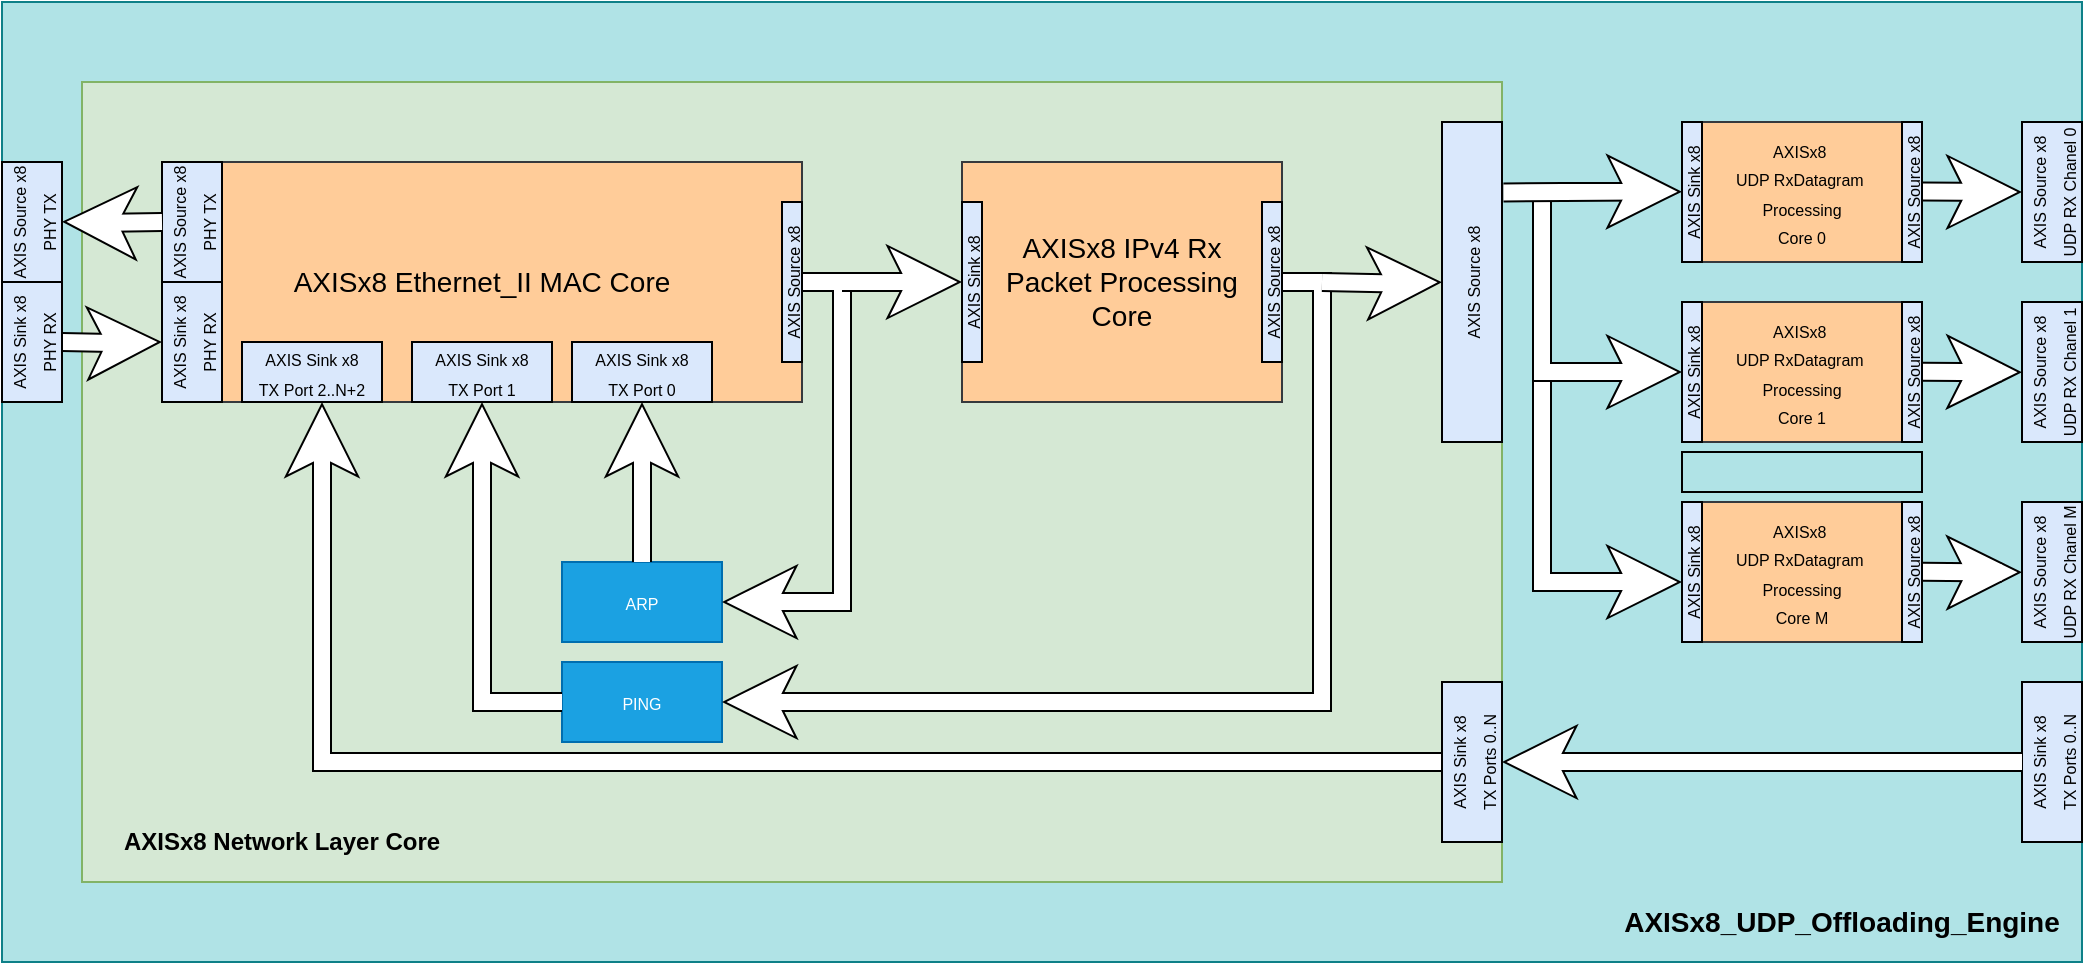
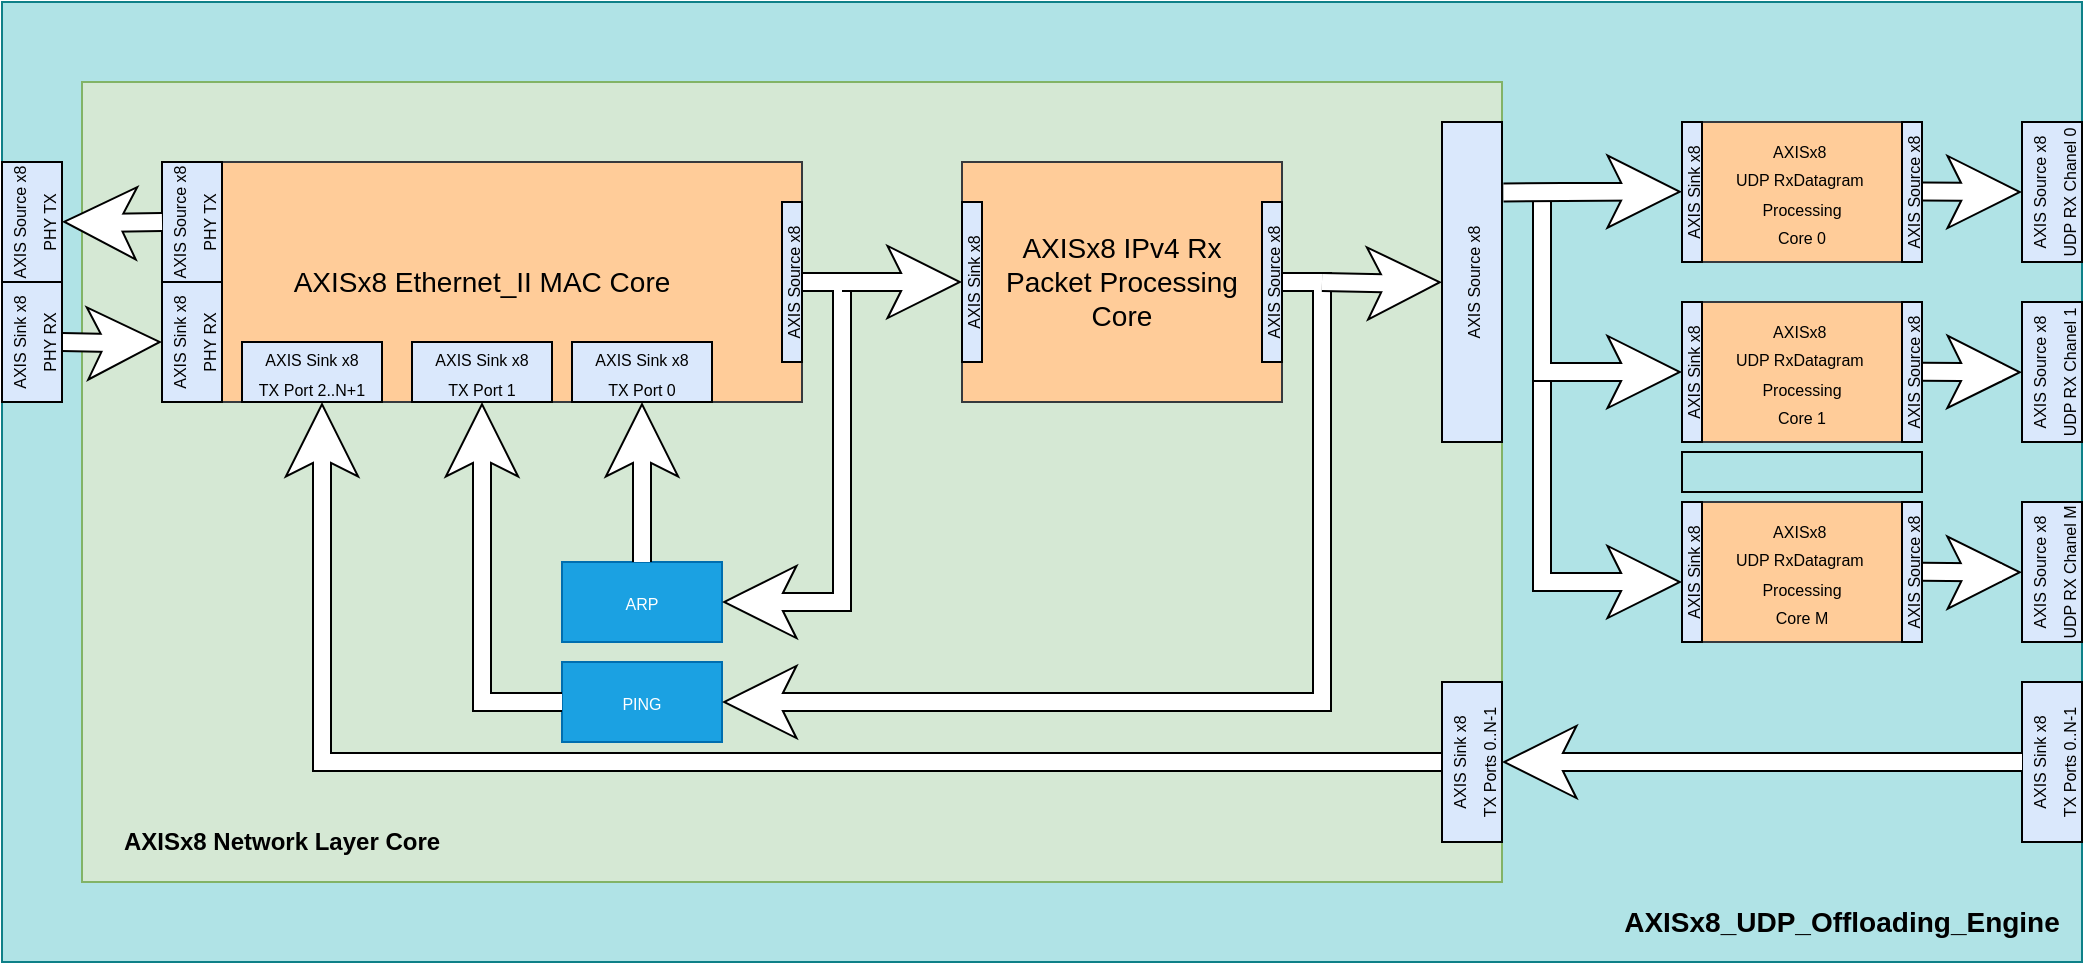
<mxfile host="Electron" agent="Mozilla/5.0 (Windows NT 10.0; Win64; x64) AppleWebKit/537.36 (KHTML, like Gecko) Chrome/147.0.0.0 Safari/537.36 OPR/131.0.0.0">
  <diagram name="Page-1" id="g0-s9DwC3oRhXUgsUFM5">
-     <mxGraphModel dx="1741" dy="1501" grid="1" gridSize="10" guides="1" tooltips="1" connect="1" arrows="1" fold="1" page="1" pageScale="1" pageWidth="827" pageHeight="1169" math="0" shadow="0">
+     <mxGraphModel dx="347" dy="686" grid="1" gridSize="10" guides="1" tooltips="1" connect="1" arrows="1" fold="1" page="1" pageScale="1" pageWidth="827" pageHeight="1169" math="0" shadow="0">
      <root>
        <mxCell id="0" />
        <mxCell id="1" parent="0" />
        <mxCell id="vellT3bcd4ufu_oz2iLE-1" parent="1" style="rounded=0;whiteSpace=wrap;html=1;fillColor=#b0e3e6;strokeColor=#0e8088;" value="" vertex="1">
          <mxGeometry height="480" width="1040" x="880" y="640" as="geometry" />
        </mxCell>
        <mxCell id="vellT3bcd4ufu_oz2iLE-2" parent="1" style="rounded=0;whiteSpace=wrap;html=1;fillColor=#ffcc99;strokeColor=#36393d;" value="&lt;div&gt;&lt;span style=&quot;font-size: 8px;&quot;&gt;AXISx8&amp;nbsp;&lt;/span&gt;&lt;/div&gt;&lt;div&gt;&lt;span style=&quot;font-size: 8px;&quot;&gt;UDP RxDatagram&amp;nbsp;&lt;/span&gt;&lt;/div&gt;&lt;div&gt;&lt;span style=&quot;font-size: 8px;&quot;&gt;Processing&lt;/span&gt;&lt;/div&gt;&lt;div&gt;&lt;span style=&quot;font-size: 8px;&quot;&gt;Core 0&lt;/span&gt;&lt;/div&gt;" vertex="1">
          <mxGeometry height="70" width="100" x="1730" y="700" as="geometry" />
        </mxCell>
        <mxCell id="vellT3bcd4ufu_oz2iLE-6" parent="1" style="rounded=0;whiteSpace=wrap;html=1;fillColor=#d5e8d4;strokeColor=#82b366;labelPosition=center;verticalLabelPosition=middle;align=center;verticalAlign=middle;" value="" vertex="1">
          <mxGeometry height="400" width="710" x="920" y="680" as="geometry" />
        </mxCell>
        <mxCell id="vellT3bcd4ufu_oz2iLE-7" parent="1" style="rounded=0;whiteSpace=wrap;html=1;fillColor=#ffcc99;strokeColor=#36393d;fontSize=14;" value="&lt;span&gt;AXISx8 Ethernet_II MAC Core&lt;/span&gt;" vertex="1">
          <mxGeometry height="120" width="320" x="960" y="720" as="geometry" />
        </mxCell>
        <mxCell id="vellT3bcd4ufu_oz2iLE-8" parent="1" style="rounded=0;whiteSpace=wrap;html=1;fillColor=#ffcc99;strokeColor=#36393d;fontSize=14;" value="AXISx8 &lt;span&gt;IPv4 Rx&lt;/span&gt;&lt;div&gt;&lt;span&gt;Packet Processing&lt;/span&gt;&lt;/div&gt;&lt;div&gt;&lt;span&gt;&amp;nbsp;Core&amp;nbsp;&lt;/span&gt;&lt;/div&gt;" vertex="1">
          <mxGeometry height="120" width="160" x="1360" y="720" as="geometry" />
        </mxCell>
        <mxCell id="vellT3bcd4ufu_oz2iLE-9" parent="1" style="rounded=0;whiteSpace=wrap;html=1;fillColor=#1ba1e2;strokeColor=#006EAF;rotation=0;fontColor=#ffffff;" value="&lt;span style=&quot;font-size: 8px;&quot;&gt;PING&lt;/span&gt;" vertex="1">
          <mxGeometry height="40" width="80" x="1160" y="970" as="geometry" />
        </mxCell>
        <mxCell id="vellT3bcd4ufu_oz2iLE-10" parent="1" style="rounded=0;whiteSpace=wrap;html=1;fillColor=#1ba1e2;strokeColor=#006EAF;rotation=0;fontColor=#ffffff;" value="&lt;span style=&quot;font-size: 8px;&quot;&gt;ARP&lt;/span&gt;" vertex="1">
          <mxGeometry height="40" width="80" x="1160" y="920" as="geometry" />
        </mxCell>
        <mxCell id="vellT3bcd4ufu_oz2iLE-28" edge="1" parent="1" style="shape=filledEdge;curved=0;rounded=0;fixDash=1;endArrow=none;strokeWidth=10;fillColor=#ffffff;edgeStyle=orthogonalEdgeStyle;html=1;startArrow=classic;startFill=1;" value="">
          <mxGeometry height="40" relative="1" width="60" as="geometry">
            <Array as="points">
              <mxPoint x="1300" y="940" />
              <mxPoint x="1300" y="780" />
            </Array>
            <mxPoint x="1240" y="940" as="sourcePoint" />
            <mxPoint x="1280" y="780" as="targetPoint" />
          </mxGeometry>
        </mxCell>
        <mxCell id="vellT3bcd4ufu_oz2iLE-30" edge="1" parent="1" style="shape=filledEdge;curved=0;rounded=0;fixDash=1;endArrow=none;strokeWidth=10;fillColor=#ffffff;edgeStyle=orthogonalEdgeStyle;html=1;startArrow=classic;startFill=1;" value="">
          <mxGeometry height="40" relative="1" width="60" as="geometry">
            <Array as="points">
              <mxPoint x="1340" y="780" />
              <mxPoint x="1340" y="780" />
            </Array>
            <mxPoint x="1360" y="780" as="sourcePoint" />
            <mxPoint x="1300" y="780" as="targetPoint" />
          </mxGeometry>
        </mxCell>
        <mxCell id="vellT3bcd4ufu_oz2iLE-32" edge="1" parent="1" source="vellT3bcd4ufu_oz2iLE-9" style="shape=filledEdge;curved=0;rounded=0;fixDash=1;endArrow=none;strokeWidth=10;fillColor=#ffffff;edgeStyle=orthogonalEdgeStyle;html=1;startArrow=classic;startFill=1;exitX=1;exitY=0.5;exitDx=0;exitDy=0;" value="">
          <mxGeometry height="40" relative="1" width="60" as="geometry">
            <Array as="points">
              <mxPoint x="1540" y="990" />
              <mxPoint x="1540" y="780" />
            </Array>
            <mxPoint x="1320" y="940" as="sourcePoint" />
            <mxPoint x="1520" y="780" as="targetPoint" />
          </mxGeometry>
        </mxCell>
        <mxCell id="vellT3bcd4ufu_oz2iLE-34" edge="1" parent="1" style="shape=filledEdge;curved=0;rounded=0;fixDash=1;endArrow=none;strokeWidth=10;fillColor=#ffffff;edgeStyle=orthogonalEdgeStyle;html=1;startArrow=classic;startFill=1;exitX=0;exitY=0.5;exitDx=0;exitDy=0;" value="">
          <mxGeometry height="40" relative="1" width="60" as="geometry">
            <Array as="points" />
            <mxPoint x="1600" y="780.1" as="sourcePoint" />
            <mxPoint x="1540" y="780.0000000000001" as="targetPoint" />
          </mxGeometry>
        </mxCell>
        <mxCell id="vellT3bcd4ufu_oz2iLE-35" edge="1" parent="1" source="vellT3bcd4ufu_oz2iLE-7" style="shape=filledEdge;curved=0;rounded=0;fixDash=1;endArrow=none;strokeWidth=10;fillColor=#ffffff;edgeStyle=orthogonalEdgeStyle;html=1;startArrow=classic;startFill=1;entryX=0;entryY=0.5;entryDx=0;entryDy=0;exitX=0.5;exitY=1;exitDx=0;exitDy=0;" target="vellT3bcd4ufu_oz2iLE-9" value="">
          <mxGeometry height="40" relative="1" width="60" as="geometry">
            <Array as="points">
              <mxPoint x="1120" y="990" />
            </Array>
            <mxPoint x="1120" y="841" as="sourcePoint" />
            <mxPoint x="1150" y="1060" as="targetPoint" />
          </mxGeometry>
        </mxCell>
        <mxCell id="vellT3bcd4ufu_oz2iLE-36" edge="1" parent="1" style="shape=filledEdge;curved=0;rounded=0;fixDash=1;endArrow=none;strokeWidth=10;fillColor=#ffffff;edgeStyle=orthogonalEdgeStyle;html=1;startArrow=classic;startFill=1;exitX=0.401;exitY=1.008;exitDx=0;exitDy=0;exitPerimeter=0;entryX=0.5;entryY=0;entryDx=0;entryDy=0;" target="vellT3bcd4ufu_oz2iLE-10" value="">
          <mxGeometry height="40" relative="1" width="60" as="geometry">
            <Array as="points">
              <mxPoint x="1200" y="910" />
              <mxPoint x="1200" y="910" />
            </Array>
            <mxPoint x="1200" y="840" as="sourcePoint" />
            <mxPoint x="1180" y="900" as="targetPoint" />
          </mxGeometry>
        </mxCell>
        <mxCell id="vellT3bcd4ufu_oz2iLE-37" edge="1" parent="1" style="shape=filledEdge;curved=0;rounded=0;fixDash=1;endArrow=none;strokeWidth=10;fillColor=#ffffff;edgeStyle=orthogonalEdgeStyle;html=1;startArrow=classic;startFill=1;entryX=0;entryY=0.5;entryDx=0;entryDy=0;" target="vellT3bcd4ufu_oz2iLE-95" value="">
          <mxGeometry height="40" relative="1" width="60" as="geometry">
            <Array as="points">
              <mxPoint x="1040" y="1020" />
            </Array>
            <mxPoint x="1040" y="840" as="sourcePoint" />
            <mxPoint x="1605" y="1040.0000000000002" as="targetPoint" />
          </mxGeometry>
        </mxCell>
        <mxCell id="vellT3bcd4ufu_oz2iLE-41" parent="1" style="rounded=0;whiteSpace=wrap;html=1;fillColor=#dae8fc;strokeColor=#000000;rotation=-90;" value="&lt;span style=&quot;font-size: 8px;&quot;&gt;AXIS Source&amp;nbsp;&lt;/span&gt;&lt;span style=&quot;font-size: 8px;&quot;&gt;x8&lt;/span&gt;" vertex="1">
          <mxGeometry height="10" width="80" x="1475" y="775" as="geometry" />
        </mxCell>
        <mxCell id="vellT3bcd4ufu_oz2iLE-42" parent="1" style="rounded=0;whiteSpace=wrap;html=1;fillColor=#dae8fc;strokeColor=#000000;rotation=-90;" value="&lt;span style=&quot;font-size: 8px;&quot;&gt;AXIS Sink x8&lt;/span&gt;" vertex="1">
          <mxGeometry height="10" width="80" x="1325" y="775" as="geometry" />
        </mxCell>
        <mxCell id="vellT3bcd4ufu_oz2iLE-45" parent="1" style="rounded=0;whiteSpace=wrap;html=1;fillColor=#dae8fc;strokeColor=#000000;rotation=0;" value="&lt;span style=&quot;font-size: 8px;&quot;&gt;AXIS Sink&amp;nbsp;&lt;/span&gt;&lt;span style=&quot;font-size: 8px;&quot;&gt;x8&lt;/span&gt;&lt;div&gt;&lt;span style=&quot;font-size: 8px;&quot;&gt;TX Port 0&lt;/span&gt;&lt;span style=&quot;font-size: 8px;&quot;&gt;&lt;/span&gt;&lt;/div&gt;" vertex="1">
          <mxGeometry height="30" width="70" x="1165" y="810" as="geometry" />
        </mxCell>
        <mxCell id="vellT3bcd4ufu_oz2iLE-46" parent="1" style="rounded=0;whiteSpace=wrap;html=1;fillColor=#dae8fc;strokeColor=#000000;rotation=0;" value="&lt;span style=&quot;font-size: 8px;&quot;&gt;AXIS Sink&amp;nbsp;&lt;/span&gt;&lt;span style=&quot;font-size: 8px;&quot;&gt;x8&lt;/span&gt;&lt;div&gt;&lt;span style=&quot;font-size: 8px;&quot;&gt;TX Port 1&lt;/span&gt;&lt;span style=&quot;font-size: 8px;&quot;&gt;&lt;/span&gt;&lt;/div&gt;" vertex="1">
          <mxGeometry height="30" width="70" x="1085" y="810" as="geometry" />
        </mxCell>
-         <mxCell id="vellT3bcd4ufu_oz2iLE-47" parent="1" style="rounded=0;whiteSpace=wrap;html=1;fillColor=#dae8fc;strokeColor=#000000;rotation=0;" value="&lt;span style=&quot;font-size: 8px;&quot;&gt;AXIS Sink&amp;nbsp;&lt;/span&gt;&lt;span style=&quot;font-size: 8px;&quot;&gt;x8&lt;/span&gt;&lt;div&gt;&lt;span style=&quot;font-size: 8px;&quot;&gt;TX Port 2..N+2&lt;/span&gt;&lt;/div&gt;" vertex="1">
+         <mxCell id="vellT3bcd4ufu_oz2iLE-47" parent="1" style="rounded=0;whiteSpace=wrap;html=1;fillColor=#dae8fc;strokeColor=#000000;rotation=0;" value="&lt;span style=&quot;font-size: 8px;&quot;&gt;AXIS Sink&amp;nbsp;&lt;/span&gt;&lt;span style=&quot;font-size: 8px;&quot;&gt;x8&lt;/span&gt;&lt;div&gt;&lt;span style=&quot;font-size: 8px;&quot;&gt;TX Port 2..N+1&lt;/span&gt;&lt;/div&gt;" vertex="1">
          <mxGeometry height="30" width="70" x="1000" y="810" as="geometry" />
        </mxCell>
        <mxCell id="vellT3bcd4ufu_oz2iLE-53" parent="1" style="rounded=0;whiteSpace=wrap;html=1;fillColor=#dae8fc;strokeColor=#000000;rotation=0;horizontal=0;" value="&lt;span style=&quot;font-size: 8px;&quot;&gt;AXIS Sink&amp;nbsp;&lt;/span&gt;&lt;span style=&quot;font-size: 8px;&quot;&gt;x8&lt;/span&gt;&lt;div&gt;&lt;span style=&quot;font-size: 8px;&quot;&gt;PHY RX&lt;/span&gt;&lt;/div&gt;" vertex="1">
          <mxGeometry height="60" width="30" x="960" y="780" as="geometry" />
        </mxCell>
        <mxCell id="vellT3bcd4ufu_oz2iLE-54" parent="1" style="rounded=0;whiteSpace=wrap;html=1;fillColor=#dae8fc;strokeColor=#000000;rotation=0;horizontal=0;" value="&lt;span style=&quot;font-size: 8px;&quot;&gt;AXIS Source &lt;/span&gt;&lt;span style=&quot;font-size: 8px;&quot;&gt;x8&lt;/span&gt;&lt;div&gt;&lt;span style=&quot;font-size: 8px;&quot;&gt;PHY TX&lt;/span&gt;&lt;/div&gt;" vertex="1">
          <mxGeometry height="60" width="30" x="960" y="720" as="geometry" />
        </mxCell>
        <mxCell id="vellT3bcd4ufu_oz2iLE-56" edge="1" parent="1" style="shape=filledEdge;curved=0;rounded=0;fixDash=1;endArrow=none;strokeWidth=10;fillColor=#ffffff;edgeStyle=orthogonalEdgeStyle;html=1;startArrow=classic;startFill=1;entryX=1;entryY=0.5;entryDx=0;entryDy=0;" target="vellT3bcd4ufu_oz2iLE-102" value="">
          <mxGeometry height="40" relative="1" width="60" as="geometry">
            <Array as="points" />
            <mxPoint x="960" y="810.01" as="sourcePoint" />
            <mxPoint x="920" y="810" as="targetPoint" />
          </mxGeometry>
        </mxCell>
        <mxCell id="vellT3bcd4ufu_oz2iLE-60" parent="1" style="rounded=0;whiteSpace=wrap;html=1;fillColor=#dae8fc;strokeColor=#000000;rotation=0;verticalAlign=middle;horizontal=0;" value="&lt;span style=&quot;font-size: 8px;&quot;&gt;AXIS Source &lt;/span&gt;&lt;span style=&quot;font-size: 8px;&quot;&gt;x8&lt;/span&gt;" vertex="1">
          <mxGeometry height="160" width="30" x="1600" y="700" as="geometry" />
        </mxCell>
        <mxCell id="vellT3bcd4ufu_oz2iLE-61" parent="1" style="rounded=0;whiteSpace=wrap;html=1;fillColor=#dae8fc;strokeColor=#000000;rotation=0;verticalAlign=middle;horizontal=0;" value="&lt;span style=&quot;font-size: 8px;&quot;&gt;AXIS Source &lt;/span&gt;&lt;span style=&quot;font-size: 8px;&quot;&gt;x8&lt;/span&gt;" vertex="1">
          <mxGeometry height="80" width="10" x="1270" y="740" as="geometry" />
        </mxCell>
        <mxCell id="vellT3bcd4ufu_oz2iLE-67" parent="1" style="rounded=0;whiteSpace=wrap;html=1;fillColor=#ffcc99;strokeColor=#36393d;" value="&lt;div&gt;&lt;span style=&quot;font-size: 8px;&quot;&gt;AXISx8&amp;nbsp;&lt;/span&gt;&lt;/div&gt;&lt;div&gt;&lt;span style=&quot;font-size: 8px;&quot;&gt;UDP RxDatagram&amp;nbsp;&lt;/span&gt;&lt;/div&gt;&lt;div&gt;&lt;span style=&quot;font-size: 8px;&quot;&gt;Processing&lt;/span&gt;&lt;/div&gt;&lt;div&gt;&lt;span style=&quot;font-size: 8px;&quot;&gt;Core 1&lt;/span&gt;&lt;/div&gt;" vertex="1">
          <mxGeometry height="70" width="100" x="1730" y="790" as="geometry" />
        </mxCell>
        <mxCell id="vellT3bcd4ufu_oz2iLE-70" parent="1" style="shape=zigzag;html=1;fillColor=none;" value="" vertex="1">
          <mxGeometry height="20" width="120" x="1720" y="865" as="geometry" />
        </mxCell>
        <mxCell id="vellT3bcd4ufu_oz2iLE-71" parent="1" style="rounded=0;whiteSpace=wrap;html=1;fillColor=#ffcc99;strokeColor=#36393d;" value="&lt;div&gt;&lt;span style=&quot;font-size: 8px;&quot;&gt;AXISx8&amp;nbsp;&lt;/span&gt;&lt;/div&gt;&lt;div&gt;&lt;span style=&quot;font-size: 8px;&quot;&gt;UDP RxDatagram&amp;nbsp;&lt;/span&gt;&lt;/div&gt;&lt;div&gt;&lt;span style=&quot;font-size: 8px;&quot;&gt;Processing&lt;/span&gt;&lt;/div&gt;&lt;div&gt;&lt;span style=&quot;font-size: 8px;&quot;&gt;Core M&lt;/span&gt;&lt;/div&gt;" vertex="1">
          <mxGeometry height="70" width="100" x="1730" y="890" as="geometry" />
        </mxCell>
        <mxCell id="vellT3bcd4ufu_oz2iLE-76" edge="1" parent="1" style="shape=filledEdge;curved=0;rounded=0;fixDash=1;endArrow=none;strokeWidth=10;fillColor=#ffffff;edgeStyle=orthogonalEdgeStyle;html=1;startArrow=classic;startFill=1;" value="">
          <mxGeometry height="40" relative="1" width="60" as="geometry">
            <Array as="points">
              <mxPoint x="1720" y="825" />
              <mxPoint x="1650" y="825" />
            </Array>
            <mxPoint x="1720" y="825" as="sourcePoint" />
            <mxPoint x="1650" y="740" as="targetPoint" />
          </mxGeometry>
        </mxCell>
        <mxCell id="vellT3bcd4ufu_oz2iLE-78" edge="1" parent="1" style="shape=filledEdge;curved=0;rounded=0;fixDash=1;endArrow=none;strokeWidth=10;fillColor=#ffffff;edgeStyle=orthogonalEdgeStyle;html=1;startArrow=classic;startFill=1;" value="">
          <mxGeometry height="40" relative="1" width="60" as="geometry">
            <Array as="points">
              <mxPoint x="1880" y="734.71" />
              <mxPoint x="1880" y="734.71" />
            </Array>
            <mxPoint x="1890" y="735" as="sourcePoint" />
            <mxPoint x="1840" y="734.71" as="targetPoint" />
          </mxGeometry>
        </mxCell>
        <mxCell id="vellT3bcd4ufu_oz2iLE-81" parent="1" style="rounded=0;whiteSpace=wrap;html=1;fillColor=#dae8fc;strokeColor=#000000;rotation=0;verticalAlign=middle;horizontal=0;" value="&lt;span style=&quot;font-size: 8px;&quot;&gt;AXIS Source &lt;/span&gt;&lt;span style=&quot;font-size: 8px;&quot;&gt;x8&lt;/span&gt;&lt;div&gt;&lt;span style=&quot;font-size: 8px;&quot;&gt;UDP&amp;nbsp;&lt;/span&gt;&lt;span style=&quot;font-size: 8px;&quot;&gt;RX&amp;nbsp;&lt;/span&gt;&lt;span style=&quot;font-size: 8px;&quot;&gt;Chanel 0&lt;/span&gt;&lt;/div&gt;" vertex="1">
          <mxGeometry height="70" width="30" x="1890" y="700" as="geometry" />
        </mxCell>
        <mxCell id="vellT3bcd4ufu_oz2iLE-83" edge="1" parent="1" style="shape=filledEdge;curved=0;rounded=0;fixDash=1;endArrow=none;strokeWidth=10;fillColor=#ffffff;edgeStyle=orthogonalEdgeStyle;html=1;startArrow=classic;startFill=1;" value="">
          <mxGeometry height="40" relative="1" width="60" as="geometry">
            <Array as="points">
              <mxPoint x="1880" y="824.86" />
              <mxPoint x="1880" y="824.86" />
            </Array>
            <mxPoint x="1890" y="825.15" as="sourcePoint" />
            <mxPoint x="1840" y="824.86" as="targetPoint" />
          </mxGeometry>
        </mxCell>
        <mxCell id="vellT3bcd4ufu_oz2iLE-84" parent="1" style="rounded=0;whiteSpace=wrap;html=1;fillColor=#dae8fc;strokeColor=#000000;rotation=0;verticalAlign=middle;horizontal=0;" value="&lt;span style=&quot;font-size: 8px;&quot;&gt;AXIS Source &lt;/span&gt;&lt;span style=&quot;font-size: 8px;&quot;&gt;x8&lt;/span&gt;&lt;div&gt;&lt;span style=&quot;font-size: 8px;&quot;&gt;UDP &lt;/span&gt;&lt;span style=&quot;font-size: 8px;&quot;&gt;RX &lt;/span&gt;&lt;span style=&quot;font-size: 8px;&quot;&gt;Chanel 1&lt;/span&gt;&lt;/div&gt;" vertex="1">
          <mxGeometry height="70" width="30" x="1890" y="790" as="geometry" />
        </mxCell>
        <mxCell id="vellT3bcd4ufu_oz2iLE-77" edge="1" parent="1" style="shape=filledEdge;curved=0;rounded=0;fixDash=1;endArrow=none;strokeWidth=10;fillColor=#ffffff;edgeStyle=orthogonalEdgeStyle;html=1;startArrow=classic;startFill=1;" value="">
          <mxGeometry height="40" relative="1" width="60" as="geometry">
            <Array as="points">
              <mxPoint x="1720" y="930" />
              <mxPoint x="1650" y="930" />
            </Array>
            <mxPoint x="1720" y="930" as="sourcePoint" />
            <mxPoint x="1650" y="830" as="targetPoint" />
          </mxGeometry>
        </mxCell>
        <mxCell id="vellT3bcd4ufu_oz2iLE-74" edge="1" parent="1" style="shape=filledEdge;curved=0;rounded=0;fixDash=1;endArrow=none;strokeWidth=10;fillColor=#ffffff;edgeStyle=orthogonalEdgeStyle;html=1;startArrow=classic;startFill=1;entryX=1.024;entryY=0.22;entryDx=0;entryDy=0;entryPerimeter=0;" target="vellT3bcd4ufu_oz2iLE-60" value="">
          <mxGeometry height="40" relative="1" width="60" as="geometry">
            <Array as="points">
              <mxPoint x="1700" y="735" />
            </Array>
            <mxPoint x="1720" y="734.83" as="sourcePoint" />
            <mxPoint x="1660" y="735" as="targetPoint" />
          </mxGeometry>
        </mxCell>
        <mxCell id="vellT3bcd4ufu_oz2iLE-85" edge="1" parent="1" style="shape=filledEdge;curved=0;rounded=0;fixDash=1;endArrow=none;strokeWidth=10;fillColor=#ffffff;edgeStyle=orthogonalEdgeStyle;html=1;startArrow=classic;startFill=1;" value="">
          <mxGeometry height="40" relative="1" width="60" as="geometry">
            <Array as="points">
              <mxPoint x="1880" y="924.86" />
              <mxPoint x="1880" y="924.86" />
            </Array>
            <mxPoint x="1890" y="925.15" as="sourcePoint" />
            <mxPoint x="1840" y="924.86" as="targetPoint" />
          </mxGeometry>
        </mxCell>
        <mxCell id="vellT3bcd4ufu_oz2iLE-86" parent="1" style="rounded=0;whiteSpace=wrap;html=1;fillColor=#dae8fc;strokeColor=#000000;rotation=0;verticalAlign=middle;horizontal=0;" value="&lt;span style=&quot;font-size: 8px;&quot;&gt;AXIS Source &lt;/span&gt;&lt;span style=&quot;font-size: 8px;&quot;&gt;x8&lt;/span&gt;&lt;div&gt;&lt;span style=&quot;font-size: 8px;&quot;&gt;UDP &lt;/span&gt;&lt;span style=&quot;font-size: 8px;&quot;&gt;RX &lt;/span&gt;&lt;span style=&quot;font-size: 8px;&quot;&gt;Chanel M&lt;/span&gt;&lt;/div&gt;" vertex="1">
          <mxGeometry height="70" width="30" x="1890" y="890" as="geometry" />
        </mxCell>
-         <mxCell id="vellT3bcd4ufu_oz2iLE-88" parent="1" style="rounded=0;whiteSpace=wrap;html=1;fillColor=#dae8fc;strokeColor=#000000;rotation=0;verticalAlign=middle;horizontal=0;" value="&lt;span style=&quot;font-size: 8px;&quot;&gt;AXIS Sink x8&lt;/span&gt;&lt;div&gt;&lt;span style=&quot;font-size: 8px;&quot;&gt;TX Ports 0..N&lt;/span&gt;&lt;/div&gt;" vertex="1">
+         <mxCell id="vellT3bcd4ufu_oz2iLE-88" parent="1" style="rounded=0;whiteSpace=wrap;html=1;fillColor=#dae8fc;strokeColor=#000000;rotation=0;verticalAlign=middle;horizontal=0;" value="&lt;span style=&quot;font-size: 8px;&quot;&gt;AXIS Sink x8&lt;/span&gt;&lt;div&gt;&lt;span style=&quot;font-size: 8px;&quot;&gt;TX Ports 0..N-1&lt;/span&gt;&lt;/div&gt;" vertex="1">
          <mxGeometry height="80" width="30" x="1890" y="980" as="geometry" />
        </mxCell>
        <mxCell id="vellT3bcd4ufu_oz2iLE-89" parent="1" style="rounded=0;whiteSpace=wrap;html=1;fillColor=#dae8fc;strokeColor=#000000;rotation=0;verticalAlign=middle;horizontal=0;" value="&lt;span style=&quot;font-size: 8px;&quot;&gt;AXIS Source &lt;/span&gt;&lt;span style=&quot;font-size: 8px;&quot;&gt;x8&lt;/span&gt;" vertex="1">
          <mxGeometry height="70" width="10" x="1830" y="700" as="geometry" />
        </mxCell>
        <mxCell id="vellT3bcd4ufu_oz2iLE-90" parent="1" style="rounded=0;whiteSpace=wrap;html=1;fillColor=#dae8fc;strokeColor=#000000;rotation=0;verticalAlign=middle;horizontal=0;" value="&lt;span style=&quot;font-size: 8px;&quot;&gt;AXIS Sink&lt;/span&gt;&lt;span style=&quot;background-color: transparent; color: light-dark(rgb(0, 0, 0), rgb(255, 255, 255)); font-size: 8px;&quot;&gt;&amp;nbsp;&lt;/span&gt;&lt;span style=&quot;background-color: transparent; color: light-dark(rgb(0, 0, 0), rgb(255, 255, 255)); font-size: 8px;&quot;&gt;x8&lt;/span&gt;" vertex="1">
          <mxGeometry height="70" width="10" x="1720" y="700" as="geometry" />
        </mxCell>
        <mxCell id="vellT3bcd4ufu_oz2iLE-91" parent="1" style="rounded=0;whiteSpace=wrap;html=1;fillColor=#dae8fc;strokeColor=#000000;rotation=0;verticalAlign=middle;horizontal=0;" value="&lt;span style=&quot;font-size: 8px;&quot;&gt;AXIS Source &lt;/span&gt;&lt;span style=&quot;font-size: 8px;&quot;&gt;x8&lt;/span&gt;" vertex="1">
          <mxGeometry height="70" width="10" x="1830" y="790" as="geometry" />
        </mxCell>
        <mxCell id="vellT3bcd4ufu_oz2iLE-92" parent="1" style="rounded=0;whiteSpace=wrap;html=1;fillColor=#dae8fc;strokeColor=#000000;rotation=0;verticalAlign=middle;horizontal=0;" value="&lt;span style=&quot;font-size: 8px;&quot;&gt;AXIS Sink&lt;/span&gt;&lt;span style=&quot;background-color: transparent; color: light-dark(rgb(0, 0, 0), rgb(255, 255, 255)); font-size: 8px;&quot;&gt;&amp;nbsp;&lt;/span&gt;&lt;span style=&quot;background-color: transparent; color: light-dark(rgb(0, 0, 0), rgb(255, 255, 255)); font-size: 8px;&quot;&gt;x8&lt;/span&gt;" vertex="1">
          <mxGeometry height="70" width="10" x="1720" y="790" as="geometry" />
        </mxCell>
        <mxCell id="vellT3bcd4ufu_oz2iLE-93" parent="1" style="rounded=0;whiteSpace=wrap;html=1;fillColor=#dae8fc;strokeColor=#000000;rotation=0;verticalAlign=middle;horizontal=0;" value="&lt;span style=&quot;font-size: 8px;&quot;&gt;AXIS Source &lt;/span&gt;&lt;span style=&quot;font-size: 8px;&quot;&gt;x8&lt;/span&gt;" vertex="1">
          <mxGeometry height="70" width="10" x="1830" y="890" as="geometry" />
        </mxCell>
        <mxCell id="vellT3bcd4ufu_oz2iLE-94" parent="1" style="rounded=0;whiteSpace=wrap;html=1;fillColor=#dae8fc;strokeColor=#000000;rotation=0;verticalAlign=middle;horizontal=0;" value="&lt;span style=&quot;font-size: 8px;&quot;&gt;AXIS Sink&lt;/span&gt;&lt;span style=&quot;background-color: transparent; color: light-dark(rgb(0, 0, 0), rgb(255, 255, 255)); font-size: 8px;&quot;&gt;&amp;nbsp;&lt;/span&gt;&lt;span style=&quot;background-color: transparent; color: light-dark(rgb(0, 0, 0), rgb(255, 255, 255)); font-size: 8px;&quot;&gt;x8&lt;/span&gt;" vertex="1">
          <mxGeometry height="70" width="10" x="1720" y="890" as="geometry" />
        </mxCell>
-         <mxCell id="vellT3bcd4ufu_oz2iLE-95" parent="1" style="rounded=0;whiteSpace=wrap;html=1;fillColor=#dae8fc;strokeColor=#000000;rotation=0;verticalAlign=middle;horizontal=0;" value="&lt;span style=&quot;font-size: 8px;&quot;&gt;AXIS Sink x8&lt;/span&gt;&lt;div&gt;&lt;span style=&quot;font-size: 8px;&quot;&gt;TX Ports 0..N&lt;/span&gt;&lt;/div&gt;" vertex="1">
+         <mxCell id="vellT3bcd4ufu_oz2iLE-95" parent="1" style="rounded=0;whiteSpace=wrap;html=1;fillColor=#dae8fc;strokeColor=#000000;rotation=0;verticalAlign=middle;horizontal=0;" value="&lt;span style=&quot;font-size: 8px;&quot;&gt;AXIS Sink x8&lt;/span&gt;&lt;div&gt;&lt;span style=&quot;font-size: 8px;&quot;&gt;TX Ports 0..&lt;/span&gt;&lt;span style=&quot;font-size: 8px; background-color: transparent; color: light-dark(rgb(0, 0, 0), rgb(255, 255, 255));&quot;&gt;N-1&lt;/span&gt;&lt;/div&gt;" vertex="1">
          <mxGeometry height="80" width="30" x="1600" y="980" as="geometry" />
        </mxCell>
        <mxCell id="vellT3bcd4ufu_oz2iLE-97" edge="1" parent="1" source="vellT3bcd4ufu_oz2iLE-95" style="shape=filledEdge;curved=0;rounded=0;fixDash=1;endArrow=none;strokeWidth=10;fillColor=#ffffff;edgeStyle=orthogonalEdgeStyle;html=1;startArrow=classic;startFill=1;exitX=1;exitY=0.5;exitDx=0;exitDy=0;entryX=0;entryY=0.5;entryDx=0;entryDy=0;" target="vellT3bcd4ufu_oz2iLE-88" value="">
          <mxGeometry height="40" relative="1" width="60" as="geometry">
            <Array as="points" />
            <mxPoint x="1750" y="1040" as="sourcePoint" />
            <mxPoint x="1750" y="1120" as="targetPoint" />
          </mxGeometry>
        </mxCell>
        <mxCell id="vellT3bcd4ufu_oz2iLE-98" parent="1" style="text;html=1;whiteSpace=wrap;strokeColor=none;fillColor=none;align=center;verticalAlign=middle;rounded=0;fontSize=14;fontStyle=1" value="AXISx8_UDP_Offloading_Engine" vertex="1">
          <mxGeometry height="40" width="240" x="1680" y="1080" as="geometry" />
        </mxCell>
        <mxCell id="vellT3bcd4ufu_oz2iLE-99" parent="1" style="text;html=1;whiteSpace=wrap;strokeColor=none;fillColor=none;align=center;verticalAlign=middle;rounded=0;fontSize=12;fontStyle=1" value="&lt;font&gt;AXISx8 Network Layer Core&lt;/font&gt;" vertex="1">
          <mxGeometry height="40" width="200" x="920" y="1040" as="geometry" />
        </mxCell>
        <mxCell id="vellT3bcd4ufu_oz2iLE-102" parent="1" style="rounded=0;whiteSpace=wrap;html=1;fillColor=#dae8fc;strokeColor=#000000;rotation=0;horizontal=0;" value="&lt;span style=&quot;font-size: 8px;&quot;&gt;AXIS Sink&amp;nbsp;&lt;/span&gt;&lt;span style=&quot;font-size: 8px;&quot;&gt;x8&lt;/span&gt;&lt;div&gt;&lt;span style=&quot;font-size: 8px;&quot;&gt;PHY RX&lt;/span&gt;&lt;/div&gt;" vertex="1">
          <mxGeometry height="60" width="30" x="880" y="780" as="geometry" />
        </mxCell>
        <mxCell id="vellT3bcd4ufu_oz2iLE-103" parent="1" style="rounded=0;whiteSpace=wrap;html=1;fillColor=#dae8fc;strokeColor=#000000;rotation=0;horizontal=0;" value="&lt;span style=&quot;font-size: 8px;&quot;&gt;AXIS Source &lt;/span&gt;&lt;span style=&quot;font-size: 8px;&quot;&gt;x8&lt;/span&gt;&lt;div&gt;&lt;span style=&quot;font-size: 8px;&quot;&gt;PHY TX&lt;/span&gt;&lt;/div&gt;" vertex="1">
          <mxGeometry height="60" width="30" x="880" y="720" as="geometry" />
        </mxCell>
        <mxCell id="vellT3bcd4ufu_oz2iLE-104" edge="1" parent="1" style="shape=filledEdge;curved=0;rounded=0;fixDash=1;endArrow=none;strokeWidth=10;fillColor=#ffffff;edgeStyle=orthogonalEdgeStyle;html=1;startArrow=classic;startFill=1;entryX=0;entryY=0.5;entryDx=0;entryDy=0;" target="vellT3bcd4ufu_oz2iLE-54" value="">
          <mxGeometry height="40" relative="1" width="60" as="geometry">
            <Array as="points" />
            <mxPoint x="910" y="749.86" as="sourcePoint" />
            <mxPoint x="940" y="749.85" as="targetPoint" />
          </mxGeometry>
        </mxCell>
      </root>
    </mxGraphModel>
  </diagram>
</mxfile>
